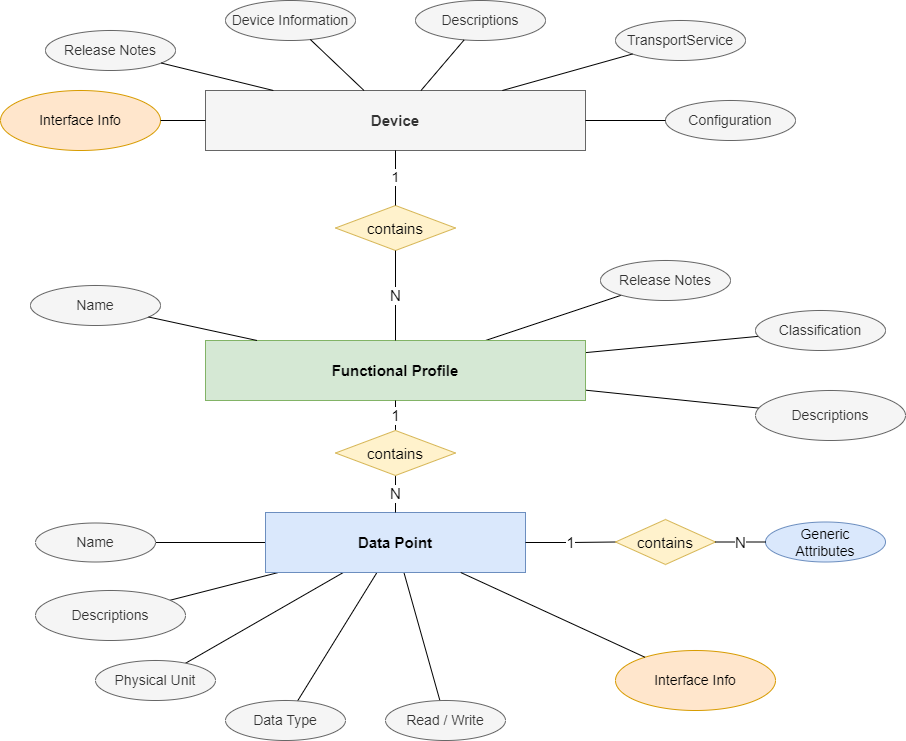
SmartgridReady/SGrSpecifications keeps this draw.io diagram as doc/product.drawio.png. Above is the earlier version. Source tidied: cells renumbered, new cells last; positions are measured from the earlier drawing's top-left corner, leaving out a move shared by most shapes.
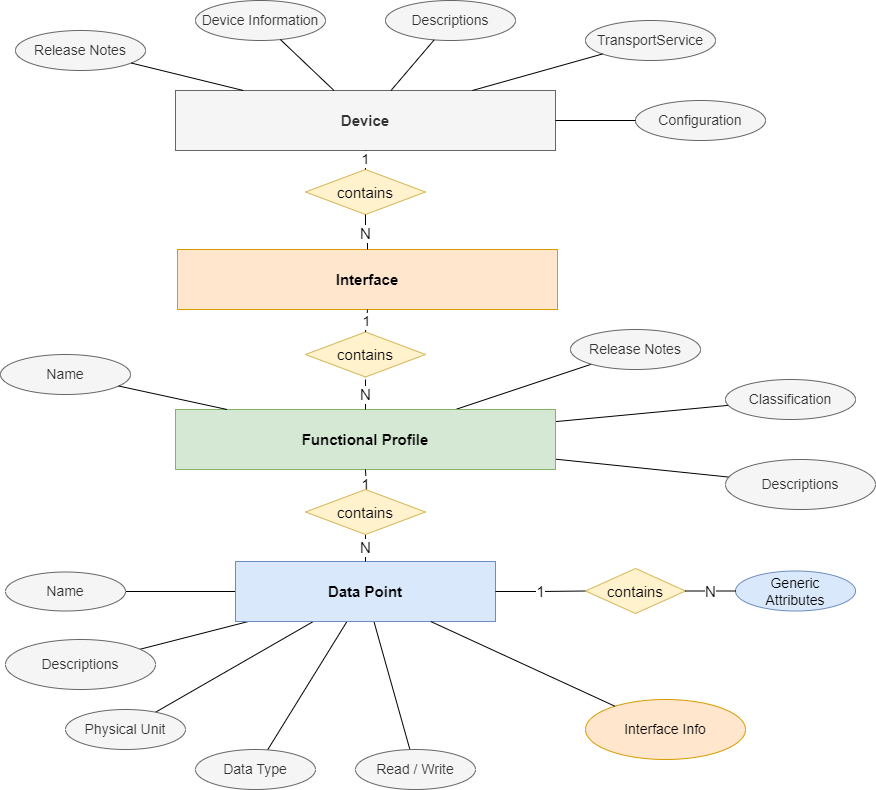
Later version of the same file.

Commit message:
Consolidation of Product Documentation

What changed in the source:
```diff
@@ -12,13 +12,13 @@
       <mxGeometry relative="1" as="geometry" />
     </mxCell>
     <mxCell id="5" value="Functional Profile" style="whiteSpace=wrap;html=1;align=center;fontSize=15;fillColor=#d5e8d4;strokeColor=#82b366;fontStyle=1;" parent="1" vertex="1">
-      <mxGeometry x="205" y="340" width="380" height="60" as="geometry" />
+      <mxGeometry x="205" y="360" width="380" height="60" as="geometry" />
     </mxCell>
     <mxCell id="6" value="Classification" style="ellipse;whiteSpace=wrap;html=1;fillColor=#f5f5f5;fontColor=#333333;strokeColor=#666666;fontSize=14;" parent="1" vertex="1">
-      <mxGeometry x="755" y="310" width="130" height="40" as="geometry" />
+      <mxGeometry x="755" y="330" width="130" height="40" as="geometry" />
     </mxCell>
     <mxCell id="7" value="Release Notes" style="ellipse;whiteSpace=wrap;html=1;fillColor=#f5f5f5;fontColor=#333333;strokeColor=#666666;fontSize=14;" parent="1" vertex="1">
-      <mxGeometry x="600" y="260" width="130" height="40" as="geometry" />
+      <mxGeometry x="600" y="280" width="130" height="40" as="geometry" />
     </mxCell>
     <mxCell id="8" style="edgeStyle=none;rounded=0;jettySize=auto;html=1;strokeColor=default;fontSize=12;endArrow=none;endFill=0;" parent="1" edge="1" source="13" target="15">
       <mxGeometry relative="1" as="geometry" />
@@ -39,7 +39,7 @@
       <mxGeometry x="265" y="512" width="260" height="60" as="geometry" />
     </mxCell>
     <mxCell id="14" value="Descriptions" style="ellipse;whiteSpace=wrap;html=1;fillColor=#f5f5f5;fontColor=#333333;strokeColor=#666666;fontSize=14;" parent="1" vertex="1">
-      <mxGeometry x="755" y="390" width="150" height="50" as="geometry" />
+      <mxGeometry x="755" y="410" width="150" height="50" as="geometry" />
     </mxCell>
     <mxCell id="15" value="Name" style="ellipse;whiteSpace=wrap;html=1;fillColor=#f5f5f5;fontColor=#333333;strokeColor=#666666;fontSize=14;" parent="1" vertex="1">
       <mxGeometry x="35" y="522.5" width="120" height="39" as="geometry" />
@@ -62,14 +62,16 @@
     <mxCell id="21" value="Generic&lt;br&gt;Attributes" style="ellipse;whiteSpace=wrap;html=1;fillColor=#dae8fc;strokeColor=#6c8ebf;fontSize=14;" parent="1" vertex="1">
       <mxGeometry x="765" y="521.5" width="120" height="40" as="geometry" />
     </mxCell>
-    <mxCell id="22" value="1" style="edgeStyle=orthogonalEdgeStyle;rounded=0;jettySize=auto;html=1;strokeColor=default;fontSize=15;endArrow=none;endFill=0;exitX=0.5;exitY=0;exitDx=0;exitDy=0;" parent="1" edge="1" source="24" target="5">
-      <mxGeometry relative="1" as="geometry" />
+    <mxCell id="22" value="1" style="edgeStyle=orthogonalEdgeStyle;rounded=0;jettySize=auto;html=1;strokeColor=default;fontSize=15;endArrow=none;endFill=0;exitX=0.5;exitY=0;exitDx=0;exitDy=0;" parent="1" edge="1" target="5">
+      <mxGeometry relative="1" as="geometry">
+        <mxPoint x="395" y="450" as="sourcePoint" />
+      </mxGeometry>
     </mxCell>
     <mxCell id="23" value="N" style="edgeStyle=orthogonalEdgeStyle;rounded=0;jettySize=auto;html=1;strokeColor=default;fontSize=15;endArrow=none;endFill=0;" parent="1" edge="1" source="24" target="13">
       <mxGeometry relative="1" as="geometry" />
     </mxCell>
     <mxCell id="24" value="contains" style="shape=rhombus;perimeter=rhombusPerimeter;whiteSpace=wrap;html=1;align=center;fontSize=15;fillColor=#fff2cc;strokeColor=#d6b656;" parent="1" vertex="1">
-      <mxGeometry x="335" y="430" width="120" height="45" as="geometry" />
+      <mxGeometry x="335" y="440" width="120" height="45" as="geometry" />
     </mxCell>
     <mxCell id="25" value="1" style="edgeStyle=orthogonalEdgeStyle;rounded=0;jettySize=auto;html=1;strokeColor=default;fontSize=15;endArrow=none;endFill=0;entryX=0;entryY=0.5;entryDx=0;entryDy=0;exitX=1;exitY=0.5;exitDx=0;exitDy=0;" parent="1" edge="1" source="13" target="26">
       <mxGeometry relative="1" as="geometry" />
@@ -81,22 +83,22 @@
       <mxGeometry relative="1" as="geometry" />
     </mxCell>
     <mxCell id="28" value="Name" style="ellipse;whiteSpace=wrap;html=1;fillColor=#f5f5f5;fontColor=#333333;strokeColor=#666666;fontSize=14;" parent="1" vertex="1">
-      <mxGeometry x="30" y="285" width="130" height="40" as="geometry" />
+      <mxGeometry x="30" y="305" width="130" height="40" as="geometry" />
     </mxCell>
     <mxCell id="29" style="endArrow=none;html=1;rounded=0;fontSize=14;" parent="1" edge="1" source="5" target="28">
       <mxGeometry relative="1" as="geometry" />
     </mxCell>
     <mxCell id="30" value="Device" style="whiteSpace=wrap;html=1;align=center;fontSize=15;fillColor=#f5f5f5;strokeColor=#666666;fontStyle=1;fontColor=#333333;" parent="1" vertex="1">
-      <mxGeometry x="205" y="90" width="380" height="60" as="geometry" />
+      <mxGeometry x="205" y="41" width="380" height="60" as="geometry" />
     </mxCell>
     <mxCell id="31" value="Device Information" style="ellipse;whiteSpace=wrap;html=1;fillColor=#f5f5f5;fontColor=#333333;strokeColor=#666666;fontSize=14;" parent="1" vertex="1">
-      <mxGeometry x="225" width="130" height="40" as="geometry" />
+      <mxGeometry x="225" y="-49" width="130" height="40" as="geometry" />
     </mxCell>
     <mxCell id="32" value="TransportService" style="ellipse;whiteSpace=wrap;html=1;fillColor=#f5f5f5;fontColor=#333333;strokeColor=#666666;fontSize=14;" parent="1" vertex="1">
-      <mxGeometry x="615" y="20" width="130" height="40" as="geometry" />
+      <mxGeometry x="615" y="-29" width="130" height="40" as="geometry" />
     </mxCell>
     <mxCell id="33" value="Descriptions" style="ellipse;whiteSpace=wrap;html=1;fillColor=#f5f5f5;fontColor=#333333;strokeColor=#666666;fontSize=14;" parent="1" vertex="1">
-      <mxGeometry x="415" width="130" height="40" as="geometry" />
+      <mxGeometry x="415" y="-49" width="130" height="40" as="geometry" />
     </mxCell>
     <mxCell id="34" style="endArrow=none;html=1;rounded=0;fontSize=14;" parent="1" edge="1" source="31" target="30">
       <mxGeometry relative="1" as="geometry" />
@@ -113,32 +115,43 @@
     <mxCell id="38" style="endArrow=none;html=1;rounded=0;fontSize=14;" parent="1" edge="1" source="13" target="37">
       <mxGeometry relative="1" as="geometry" />
     </mxCell>
-    <mxCell id="39" value="Interface Info" style="ellipse;whiteSpace=wrap;html=1;fillColor=#ffe6cc;strokeColor=#d79b00;fontSize=14;" parent="1" vertex="1">
-      <mxGeometry y="90" width="160" height="60" as="geometry" />
-    </mxCell>
-    <mxCell id="40" style="endArrow=none;html=1;rounded=0;fontSize=14;" parent="1" edge="1" source="39" target="30">
-      <mxGeometry relative="1" as="geometry" />
-    </mxCell>
     <mxCell id="41" value="contains" style="shape=rhombus;perimeter=rhombusPerimeter;whiteSpace=wrap;html=1;align=center;fontSize=15;fillColor=#fff2cc;strokeColor=#d6b656;" parent="1" vertex="1">
-      <mxGeometry x="335" y="205" width="120" height="45" as="geometry" />
+      <mxGeometry x="335" y="120" width="120" height="45" as="geometry" />
     </mxCell>
     <mxCell id="42" value="1" style="endArrow=none;html=1;rounded=0;fontSize=14;" parent="1" edge="1" source="41" target="30">
       <mxGeometry relative="1" as="geometry" />
     </mxCell>
-    <mxCell id="43" value="N" style="edgeStyle=orthogonalEdgeStyle;rounded=0;jettySize=auto;html=1;strokeColor=default;fontSize=15;endArrow=none;endFill=0;" parent="1" edge="1" source="41" target="5">
-      <mxGeometry relative="1" as="geometry" />
+    <mxCell id="43" value="N" style="edgeStyle=orthogonalEdgeStyle;rounded=0;jettySize=auto;html=1;strokeColor=default;fontSize=15;endArrow=none;endFill=0;" parent="1" edge="1" target="5">
+      <mxGeometry relative="1" as="geometry">
+        <mxPoint x="395" y="330" as="sourcePoint" />
+        <Array as="points">
+          <mxPoint x="395" y="330" />
+        </Array>
+      </mxGeometry>
     </mxCell>
     <mxCell id="44" value="Release Notes" style="ellipse;whiteSpace=wrap;html=1;fillColor=#f5f5f5;fontColor=#333333;strokeColor=#666666;fontSize=14;" parent="1" vertex="1">
-      <mxGeometry x="45" y="30" width="130" height="40" as="geometry" />
+      <mxGeometry x="45" y="-19" width="130" height="40" as="geometry" />
     </mxCell>
     <mxCell id="45" style="endArrow=none;html=1;rounded=0;fontSize=14;" parent="1" edge="1" source="44" target="30">
       <mxGeometry relative="1" as="geometry" />
     </mxCell>
     <mxCell id="46" value="Configuration" style="ellipse;whiteSpace=wrap;html=1;fillColor=#f5f5f5;fontColor=#333333;strokeColor=#666666;fontSize=14;" parent="1" vertex="1">
-      <mxGeometry x="665" y="100" width="130" height="40" as="geometry" />
+      <mxGeometry x="665" y="51" width="130" height="40" as="geometry" />
     </mxCell>
     <mxCell id="47" style="endArrow=none;html=1;rounded=0;fontSize=14;exitX=0;exitY=0.5;exitDx=0;exitDy=0;entryX=1;entryY=0.5;entryDx=0;entryDy=0;" parent="1" edge="1" source="46" target="30">
       <mxGeometry relative="1" as="geometry" />
     </mxCell>
+    <mxCell id="48" value="Interface" style="whiteSpace=wrap;html=1;align=center;fontSize=15;fillColor=#ffe6cc;strokeColor=#d79b00;fontStyle=1;" parent="1" vertex="1">
+      <mxGeometry x="207" y="200" width="380" height="60" as="geometry" />
+    </mxCell>
+    <mxCell id="49" value="N" style="edgeStyle=orthogonalEdgeStyle;rounded=0;jettySize=auto;html=1;strokeColor=default;fontSize=15;endArrow=none;endFill=0;entryX=0.5;entryY=0;entryDx=0;entryDy=0;" parent="1" edge="1" source="41" target="48">
+      <mxGeometry relative="1" as="geometry" />
+    </mxCell>
+    <mxCell id="50" value="contains" style="shape=rhombus;perimeter=rhombusPerimeter;whiteSpace=wrap;html=1;align=center;fontSize=15;fillColor=#fff2cc;strokeColor=#d6b656;" parent="1" vertex="1">
+      <mxGeometry x="335" y="282.5" width="120" height="45" as="geometry" />
+    </mxCell>
+    <mxCell id="51" value="1" style="endArrow=none;html=1;rounded=0;fontSize=14;exitX=0.5;exitY=0;exitDx=0;exitDy=0;entryX=0.5;entryY=1;entryDx=0;entryDy=0;" parent="1" edge="1" source="50" target="48">
+      <mxGeometry relative="1" as="geometry" />
+    </mxCell>
   </root>
 </mxGraphModel>
```
